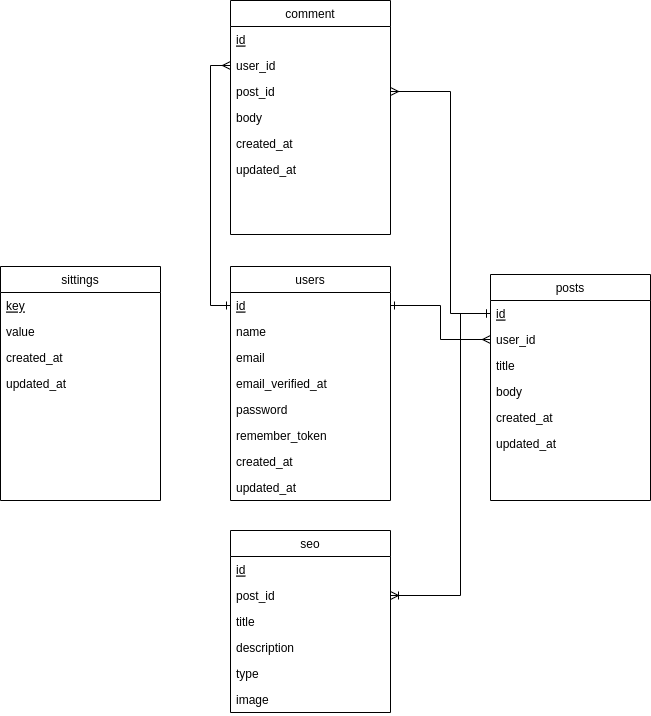
Before: database/ERD-blog.png, a diagram exported from draw.io (yhyasyrian/blog-laravel). Source tidied: cells renumbered, new cells last; positions are measured from the earlier drawing's top-left corner, leaving out a move shared by most shapes. The source it was exported from:
```xml
<mxGraphModel background="#ffffff">
  <root>
    <mxCell id="0" />
    <mxCell id="1" parent="0" />
    <mxCell id="2" value="users" style="swimlane;fontStyle=0;align=center;verticalAlign=top;horizontal=1;startSize=26;rounded=0;shadow=0;strokeWidth=1;" parent="1" vertex="1">
      <mxGeometry x="230" y="266" width="160" height="234" as="geometry" />
    </mxCell>
    <mxCell id="3" value="id" style="text;align=left;verticalAlign=top;spacingLeft=4;spacingRight=4;overflow=hidden;points=[[0,0.5],[1,0.5]];portConstraint=eastwest;fontStyle=4;" parent="2" vertex="1">
      <mxGeometry y="26" width="160" height="26" as="geometry" />
    </mxCell>
    <mxCell id="4" value="name" style="text;align=left;verticalAlign=top;spacingLeft=4;spacingRight=4;overflow=hidden;rounded=0;shadow=0;html=0;" parent="2" vertex="1">
      <mxGeometry y="52" width="160" height="26" as="geometry" />
    </mxCell>
    <mxCell id="5" value="email" style="text;align=left;verticalAlign=top;spacingLeft=4;spacingRight=4;overflow=hidden;rounded=0;shadow=0;html=0;" parent="2" vertex="1">
      <mxGeometry y="78" width="160" height="26" as="geometry" />
    </mxCell>
    <mxCell id="6" value="email_verified_at" style="text;align=left;verticalAlign=top;spacingLeft=4;spacingRight=4;overflow=hidden;rounded=0;shadow=0;html=0;" parent="2" vertex="1">
      <mxGeometry y="104" width="160" height="26" as="geometry" />
    </mxCell>
    <mxCell id="7" value="password" style="text;align=left;verticalAlign=top;spacingLeft=4;spacingRight=4;overflow=hidden;rounded=0;shadow=0;html=0;" parent="2" vertex="1">
      <mxGeometry y="130" width="160" height="26" as="geometry" />
    </mxCell>
    <mxCell id="8" value="remember_token" style="text;align=left;verticalAlign=top;spacingLeft=4;spacingRight=4;overflow=hidden;rounded=0;shadow=0;html=0;" parent="2" vertex="1">
      <mxGeometry y="156" width="160" height="26" as="geometry" />
    </mxCell>
    <mxCell id="9" value="created_at" style="text;align=left;verticalAlign=top;spacingLeft=4;spacingRight=4;overflow=hidden;rounded=0;shadow=0;html=0;" parent="2" vertex="1">
      <mxGeometry y="182" width="160" height="26" as="geometry" />
    </mxCell>
    <mxCell id="10" value="updated_at" style="text;align=left;verticalAlign=top;spacingLeft=4;spacingRight=4;overflow=hidden;rounded=0;shadow=0;html=0;" parent="2" vertex="1">
      <mxGeometry y="208" width="160" height="26" as="geometry" />
    </mxCell>
    <mxCell id="11" value="posts" style="swimlane;fontStyle=0;align=center;verticalAlign=top;horizontal=1;startSize=26;rounded=0;shadow=0;strokeWidth=1;" parent="1" vertex="1">
      <mxGeometry x="490" y="274" width="160" height="226" as="geometry" />
    </mxCell>
    <mxCell id="12" value="id" style="text;align=left;verticalAlign=top;spacingLeft=4;spacingRight=4;overflow=hidden;points=[[0,0.5],[1,0.5]];portConstraint=eastwest;fontStyle=4;" parent="11" vertex="1">
      <mxGeometry y="26" width="160" height="26" as="geometry" />
    </mxCell>
    <mxCell id="13" value="user_id" style="text;align=left;verticalAlign=top;spacingLeft=4;spacingRight=4;overflow=hidden;points=[[0,0.5],[1,0.5]];portConstraint=eastwest;rounded=0;shadow=0;html=0;" parent="11" vertex="1">
      <mxGeometry y="52" width="160" height="26" as="geometry" />
    </mxCell>
    <mxCell id="14" value="title" style="text;align=left;verticalAlign=top;spacingLeft=4;spacingRight=4;overflow=hidden;rounded=0;shadow=0;html=0;" parent="11" vertex="1">
      <mxGeometry y="78" width="160" height="26" as="geometry" />
    </mxCell>
    <mxCell id="15" value="body" style="text;align=left;verticalAlign=top;spacingLeft=4;spacingRight=4;overflow=hidden;rounded=0;shadow=0;html=0;" parent="11" vertex="1">
      <mxGeometry y="104" width="160" height="26" as="geometry" />
    </mxCell>
    <mxCell id="16" value="created_at" style="text;align=left;verticalAlign=top;spacingLeft=4;spacingRight=4;overflow=hidden;rounded=0;shadow=0;html=0;" parent="11" vertex="1">
      <mxGeometry y="130" width="160" height="26" as="geometry" />
    </mxCell>
    <mxCell id="17" value="updated_at" style="text;align=left;verticalAlign=top;spacingLeft=4;spacingRight=4;overflow=hidden;rounded=0;shadow=0;html=0;" parent="11" vertex="1">
      <mxGeometry y="156" width="160" height="26" as="geometry" />
    </mxCell>
    <mxCell id="18" value="comment" style="swimlane;fontStyle=0;align=center;verticalAlign=top;horizontal=1;startSize=26;rounded=0;shadow=0;strokeWidth=1;" parent="1" vertex="1">
      <mxGeometry x="230" width="160" height="234" as="geometry" />
    </mxCell>
    <mxCell id="19" value="id" style="text;align=left;verticalAlign=top;spacingLeft=4;spacingRight=4;overflow=hidden;fontStyle=4;" parent="18" vertex="1">
      <mxGeometry y="26" width="160" height="26" as="geometry" />
    </mxCell>
    <mxCell id="20" value="user_id" style="text;align=left;verticalAlign=top;spacingLeft=4;spacingRight=4;overflow=hidden;points=[[0,0.5],[1,0.5]];portConstraint=eastwest;rounded=0;shadow=0;html=0;" parent="18" vertex="1">
      <mxGeometry y="52" width="160" height="26" as="geometry" />
    </mxCell>
    <mxCell id="21" value="post_id" style="text;align=left;verticalAlign=top;spacingLeft=4;spacingRight=4;overflow=hidden;points=[[0,0.5],[1,0.5]];portConstraint=eastwest;rounded=0;shadow=0;html=0;" parent="18" vertex="1">
      <mxGeometry y="78" width="160" height="26" as="geometry" />
    </mxCell>
    <mxCell id="22" value="body" style="text;align=left;verticalAlign=top;spacingLeft=4;spacingRight=4;overflow=hidden;rounded=0;shadow=0;html=0;" parent="18" vertex="1">
      <mxGeometry y="104" width="160" height="26" as="geometry" />
    </mxCell>
    <mxCell id="23" value="created_at" style="text;align=left;verticalAlign=top;spacingLeft=4;spacingRight=4;overflow=hidden;rounded=0;shadow=0;html=0;" parent="18" vertex="1">
      <mxGeometry y="130" width="160" height="26" as="geometry" />
    </mxCell>
    <mxCell id="24" value="updated_at" style="text;align=left;verticalAlign=top;spacingLeft=4;spacingRight=4;overflow=hidden;rounded=0;shadow=0;html=0;" parent="18" vertex="1">
      <mxGeometry y="156" width="160" height="26" as="geometry" />
    </mxCell>
    <mxCell id="25" value="seo" style="swimlane;fontStyle=0;align=center;verticalAlign=top;horizontal=1;startSize=26;rounded=0;shadow=0;strokeWidth=1;" parent="1" vertex="1">
      <mxGeometry x="230" y="530" width="160" height="182" as="geometry" />
    </mxCell>
    <mxCell id="26" value="id" style="text;align=left;verticalAlign=top;spacingLeft=4;spacingRight=4;overflow=hidden;fontStyle=4;" parent="25" vertex="1">
      <mxGeometry y="26" width="160" height="26" as="geometry" />
    </mxCell>
    <mxCell id="27" value="post_id" style="text;align=left;verticalAlign=top;spacingLeft=4;spacingRight=4;overflow=hidden;points=[[0,0.5],[1,0.5]];portConstraint=eastwest;rounded=0;shadow=0;html=0;" parent="25" vertex="1">
      <mxGeometry y="52" width="160" height="26" as="geometry" />
    </mxCell>
    <mxCell id="28" value="title" style="text;align=left;verticalAlign=top;spacingLeft=4;spacingRight=4;overflow=hidden;rounded=0;shadow=0;html=0;" parent="25" vertex="1">
      <mxGeometry y="78" width="160" height="26" as="geometry" />
    </mxCell>
    <mxCell id="29" value="description" style="text;align=left;verticalAlign=top;spacingLeft=4;spacingRight=4;overflow=hidden;rounded=0;shadow=0;html=0;" parent="25" vertex="1">
      <mxGeometry y="104" width="160" height="26" as="geometry" />
    </mxCell>
    <mxCell id="30" value="type" style="text;align=left;verticalAlign=top;spacingLeft=4;spacingRight=4;overflow=hidden;rounded=0;shadow=0;html=0;" parent="25" vertex="1">
      <mxGeometry y="130" width="160" height="26" as="geometry" />
    </mxCell>
    <mxCell id="31" value="image" style="text;align=left;verticalAlign=top;spacingLeft=4;spacingRight=4;overflow=hidden;rounded=0;shadow=0;html=0;fontStyle=0;" parent="25" vertex="1">
      <mxGeometry y="156" width="160" height="26" as="geometry" />
    </mxCell>
    <mxCell id="32" value="sittings" style="swimlane;fontStyle=0;align=center;verticalAlign=top;horizontal=1;startSize=26;rounded=0;shadow=0;strokeWidth=1;" parent="1" vertex="1">
      <mxGeometry y="266" width="160" height="234" as="geometry" />
    </mxCell>
    <mxCell id="33" value="key" style="text;align=left;verticalAlign=top;spacingLeft=4;spacingRight=4;overflow=hidden;fontStyle=4;" parent="32" vertex="1">
      <mxGeometry y="26" width="160" height="26" as="geometry" />
    </mxCell>
    <mxCell id="34" value="value" style="text;align=left;verticalAlign=top;spacingLeft=4;spacingRight=4;overflow=hidden;rounded=0;shadow=0;html=0;" parent="32" vertex="1">
      <mxGeometry y="52" width="160" height="26" as="geometry" />
    </mxCell>
    <mxCell id="35" value="created_at" style="text;align=left;verticalAlign=top;spacingLeft=4;spacingRight=4;overflow=hidden;rounded=0;shadow=0;html=0;" parent="32" vertex="1">
      <mxGeometry y="78" width="160" height="26" as="geometry" />
    </mxCell>
    <mxCell id="36" value="updated_at" style="text;align=left;verticalAlign=top;spacingLeft=4;spacingRight=4;overflow=hidden;rounded=0;shadow=0;html=0;" parent="32" vertex="1">
      <mxGeometry y="104" width="160" height="26" as="geometry" />
    </mxCell>
    <mxCell id="37" style="edgeStyle=orthogonalEdgeStyle;rounded=0;jettySize=auto;html=1;startArrow=ERone;startFill=0;endArrow=ERmany;endFill=0;" parent="1" edge="1" source="3" target="13">
      <mxGeometry relative="1" as="geometry" />
    </mxCell>
    <mxCell id="38" style="edgeStyle=orthogonalEdgeStyle;rounded=0;jettySize=auto;html=1;endArrow=ERone;endFill=0;startArrow=ERoneToMany;startFill=0;" parent="1" edge="1" source="27" target="12">
      <mxGeometry relative="1" as="geometry">
        <Array as="points">
          <mxPoint x="460" y="595" />
          <mxPoint x="460" y="313" />
        </Array>
      </mxGeometry>
    </mxCell>
    <mxCell id="39" style="edgeStyle=orthogonalEdgeStyle;rounded=0;jettySize=auto;html=1;entryX=0;entryY=0.5;entryDx=0;entryDy=0;startArrow=ERmany;startFill=0;endArrow=ERone;endFill=0;" parent="1" edge="1" source="20" target="3">
      <mxGeometry relative="1" as="geometry" />
    </mxCell>
    <mxCell id="40" style="edgeStyle=orthogonalEdgeStyle;rounded=0;jettySize=auto;html=1;endArrow=ERone;endFill=0;startArrow=ERmany;startFill=0;" parent="1" edge="1" source="21" target="12">
      <mxGeometry relative="1" as="geometry">
        <Array as="points">
          <mxPoint x="450" y="91" />
          <mxPoint x="450" y="313" />
        </Array>
      </mxGeometry>
    </mxCell>
  </root>
</mxGraphModel>
```
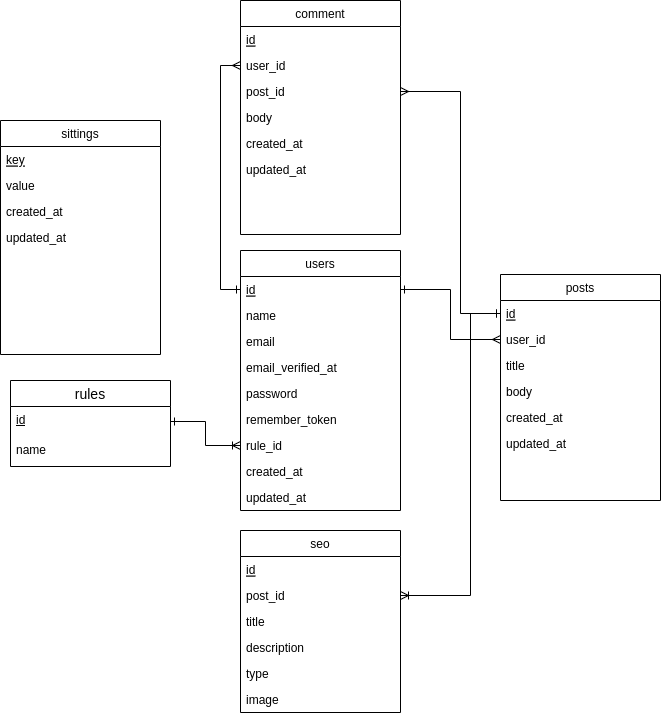
The same diagram one commit later.

Change to the diagram source:
```diff
@@ -3,7 +3,7 @@
     <mxCell id="0" />
     <mxCell id="1" parent="0" />
     <mxCell id="2" value="users" style="swimlane;fontStyle=0;align=center;verticalAlign=top;horizontal=1;startSize=26;rounded=0;shadow=0;strokeWidth=1;" parent="1" vertex="1">
-      <mxGeometry x="230" y="266" width="160" height="234" as="geometry" />
+      <mxGeometry x="230" y="250" width="160" height="260" as="geometry" />
     </mxCell>
     <mxCell id="3" value="id" style="text;align=left;verticalAlign=top;spacingLeft=4;spacingRight=4;overflow=hidden;points=[[0,0.5],[1,0.5]];portConstraint=eastwest;fontStyle=4;" parent="2" vertex="1">
       <mxGeometry y="26" width="160" height="26" as="geometry" />
@@ -23,11 +23,14 @@
     <mxCell id="8" value="remember_token" style="text;align=left;verticalAlign=top;spacingLeft=4;spacingRight=4;overflow=hidden;rounded=0;shadow=0;html=0;" parent="2" vertex="1">
       <mxGeometry y="156" width="160" height="26" as="geometry" />
     </mxCell>
+    <mxCell id="41" value="rule_id" style="text;align=left;verticalAlign=top;spacingLeft=4;spacingRight=4;overflow=hidden;points=[[0,0.5],[1,0.5]];portConstraint=eastwest;rounded=0;shadow=0;html=0;" parent="2" vertex="1">
+      <mxGeometry y="182" width="160" height="26" as="geometry" />
+    </mxCell>
     <mxCell id="9" value="created_at" style="text;align=left;verticalAlign=top;spacingLeft=4;spacingRight=4;overflow=hidden;rounded=0;shadow=0;html=0;" parent="2" vertex="1">
-      <mxGeometry y="182" width="160" height="26" as="geometry" />
+      <mxGeometry y="208" width="160" height="26" as="geometry" />
     </mxCell>
     <mxCell id="10" value="updated_at" style="text;align=left;verticalAlign=top;spacingLeft=4;spacingRight=4;overflow=hidden;rounded=0;shadow=0;html=0;" parent="2" vertex="1">
-      <mxGeometry y="208" width="160" height="26" as="geometry" />
+      <mxGeometry y="234" width="160" height="26" as="geometry" />
     </mxCell>
     <mxCell id="11" value="posts" style="swimlane;fontStyle=0;align=center;verticalAlign=top;horizontal=1;startSize=26;rounded=0;shadow=0;strokeWidth=1;" parent="1" vertex="1">
       <mxGeometry x="490" y="274" width="160" height="226" as="geometry" />
@@ -93,7 +96,7 @@
       <mxGeometry y="156" width="160" height="26" as="geometry" />
     </mxCell>
     <mxCell id="32" value="sittings" style="swimlane;fontStyle=0;align=center;verticalAlign=top;horizontal=1;startSize=26;rounded=0;shadow=0;strokeWidth=1;" parent="1" vertex="1">
-      <mxGeometry y="266" width="160" height="234" as="geometry" />
+      <mxGeometry x="-10" y="120" width="160" height="234" as="geometry" />
     </mxCell>
     <mxCell id="33" value="key" style="text;align=left;verticalAlign=top;spacingLeft=4;spacingRight=4;overflow=hidden;fontStyle=4;" parent="32" vertex="1">
       <mxGeometry y="26" width="160" height="26" as="geometry" />
@@ -129,5 +132,17 @@
         </Array>
       </mxGeometry>
     </mxCell>
+    <mxCell id="42" value="rules" style="swimlane;fontStyle=0;horizontal=1;startSize=26;align=center;fontSize=14;" parent="1" vertex="1">
+      <mxGeometry y="380" width="160" height="86" as="geometry" />
+    </mxCell>
+    <mxCell id="43" value="&lt;u&gt;id&lt;/u&gt;" style="text;strokeColor=none;fillColor=none;spacingLeft=4;spacingRight=4;overflow=hidden;points=[[0,0.5],[1,0.5]];portConstraint=eastwest;fontSize=12;whiteSpace=wrap;html=1;" parent="42" vertex="1">
+      <mxGeometry y="26" width="160" height="30" as="geometry" />
+    </mxCell>
+    <mxCell id="44" value="name" style="text;strokeColor=none;fillColor=none;spacingLeft=4;spacingRight=4;overflow=hidden;fontSize=12;whiteSpace=wrap;html=1;" parent="42" vertex="1">
+      <mxGeometry y="56" width="160" height="30" as="geometry" />
+    </mxCell>
+    <mxCell id="45" style="edgeStyle=orthogonalEdgeStyle;rounded=0;jettySize=auto;html=1;exitX=0;exitY=0.5;exitDx=0;exitDy=0;endArrow=ERone;endFill=0;startArrow=ERoneToMany;startFill=0;" parent="1" edge="1" source="41" target="43">
+      <mxGeometry relative="1" as="geometry" />
+    </mxCell>
   </root>
 </mxGraphModel>
```
